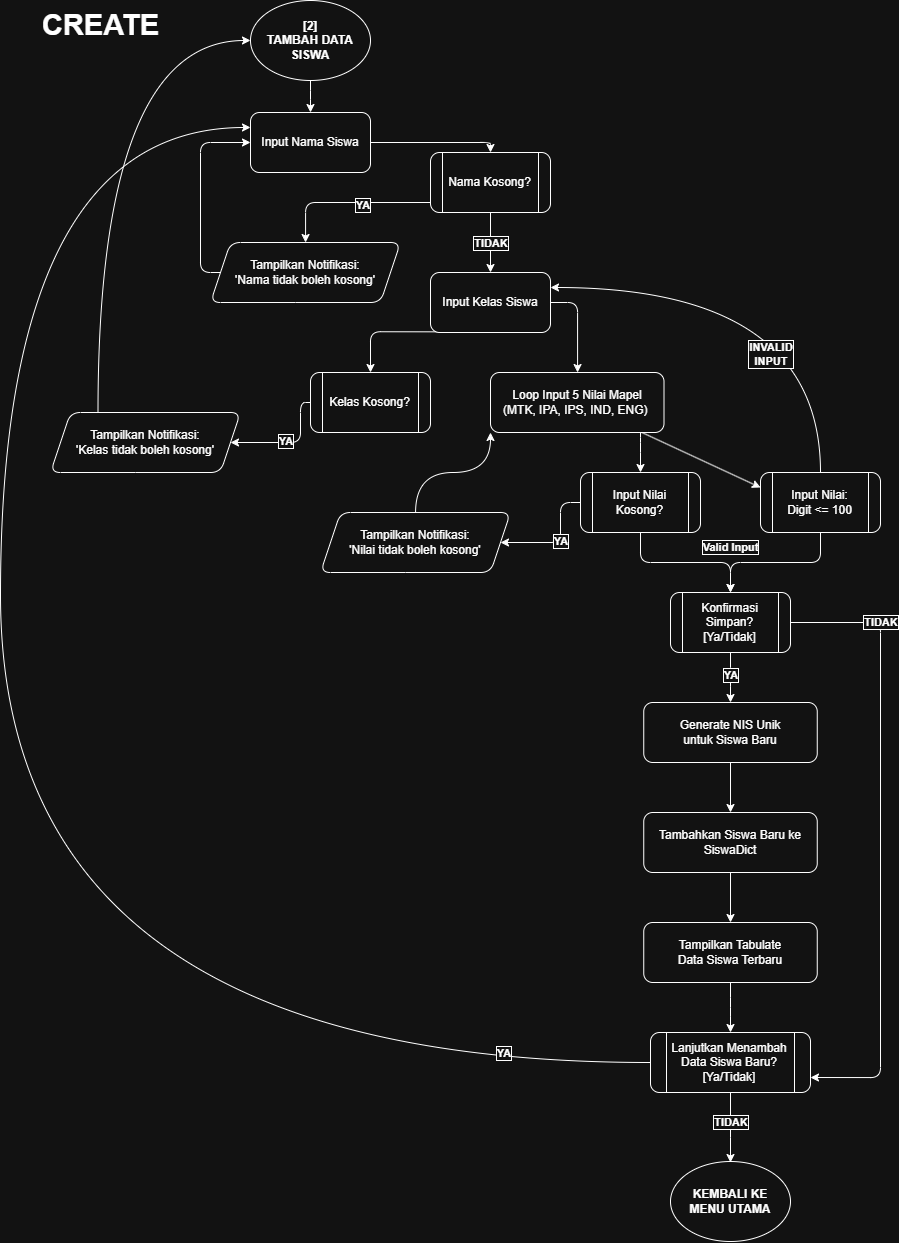
Before: flowcharts/CREATE_flowchart.png, a diagram exported from draw.io (bonifasiusx/capstone-python-crud). Source tidied: cells renumbered, new cells last; positions are measured from the earlier drawing's top-left corner, leaving out a move shared by most shapes.
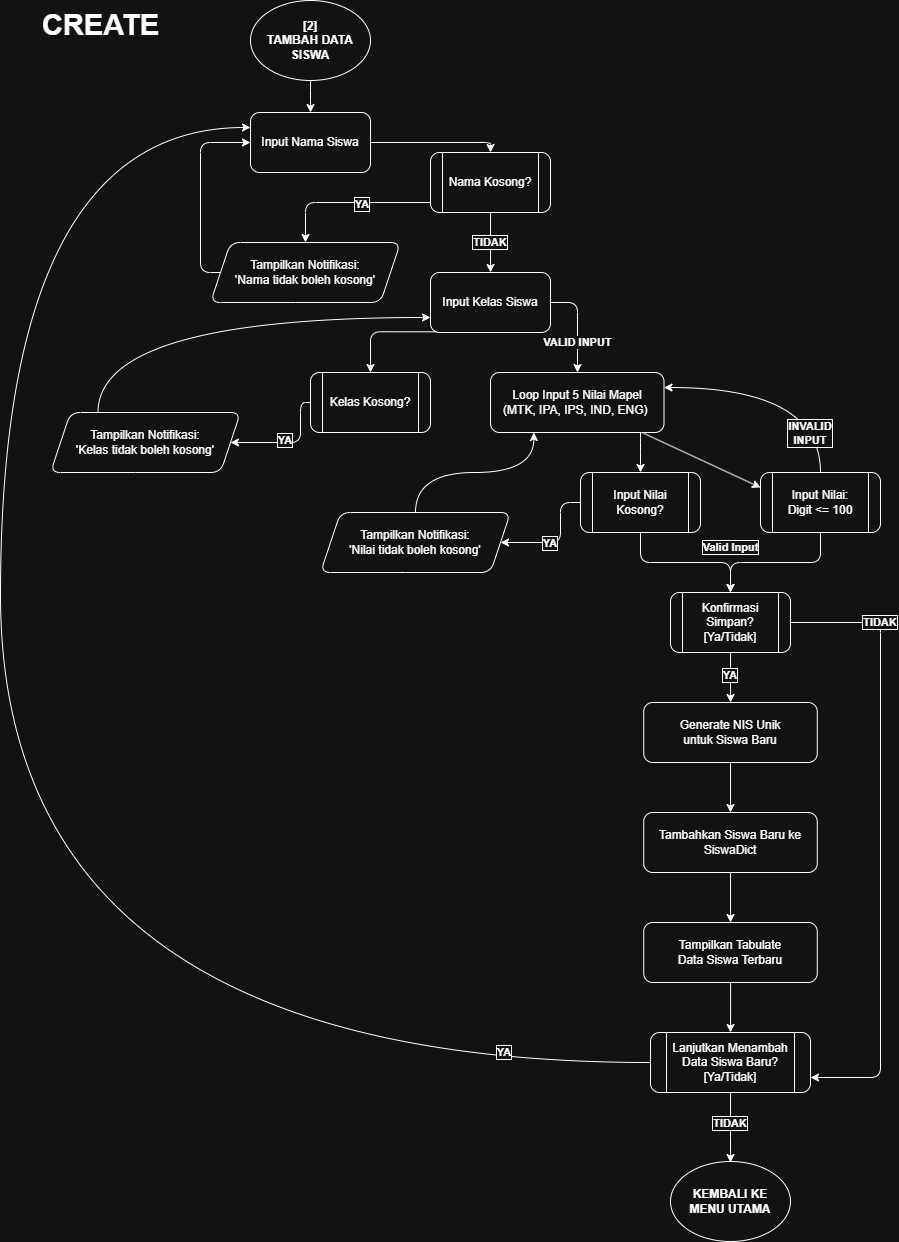
Above is the later version.

The edit, as a diff of the source:
```diff
@@ -67,6 +67,11 @@
         </Array>
       </mxGeometry>
     </mxCell>
+    <mxCell id="53" value="&lt;b&gt;VALID INPUT&lt;/b&gt;" style="edgeLabel;html=1;align=center;verticalAlign=middle;" parent="15" vertex="1">
+      <mxGeometry x="-0.07" y="-1" relative="1" as="geometry">
+        <mxPoint x="1" y="22" as="offset" />
+      </mxGeometry>
+    </mxCell>
     <mxCell id="16" value="Input Kelas Siswa" style="rounded=1;html=1;whiteSpace=wrap;" parent="1" vertex="1">
       <mxGeometry x="430" y="272" width="120" height="60" as="geometry" />
     </mxCell>
@@ -84,7 +89,7 @@
     <mxCell id="19" value="Kelas Kosong?" style="shape=process;html=1;backgroundOutline=1;rounded=1;whiteSpace=wrap;" parent="1" vertex="1">
       <mxGeometry x="310" y="372" width="120" height="60" as="geometry" />
     </mxCell>
-    <mxCell id="20" style="edgeStyle=orthogonalEdgeStyle;rounded=1;jettySize=auto;html=1;fontFamily=Helvetica;fontSize=11;fontColor=default;labelBorderColor=default;labelBackgroundColor=default;entryX=0;entryY=0.5;entryDx=0;entryDy=0;curved=1;exitX=0.25;exitY=0;exitDx=0;exitDy=0;" parent="1" edge="1" source="21" target="3">
+    <mxCell id="20" style="edgeStyle=orthogonalEdgeStyle;rounded=1;jettySize=auto;html=1;fontFamily=Helvetica;fontSize=11;fontColor=default;labelBorderColor=default;labelBackgroundColor=default;entryX=0;entryY=0.75;entryDx=0;entryDy=0;curved=1;exitX=0.25;exitY=0;exitDx=0;exitDy=0;" parent="1" edge="1" source="21" target="16">
       <mxGeometry relative="1" as="geometry" />
     </mxCell>
     <mxCell id="21" value="Tampilkan Notifikasi:&lt;div&gt;'Kelas tidak boleh kosong'&lt;/div&gt;" style="shape=parallelogram;perimeter=parallelogramPerimeter;html=1;fixedSize=1;rounded=1;whiteSpace=wrap;" parent="1" vertex="1">
@@ -113,7 +118,9 @@
       </mxGeometry>
     </mxCell>
     <mxCell id="26" value="&lt;b&gt;YA&lt;/b&gt;" style="edgeLabel;html=1;align=center;verticalAlign=middle;fontFamily=Helvetica;fontSize=11;fontColor=default;labelBorderColor=default;labelBackgroundColor=default;fillColor=none;gradientColor=none;rounded=1;whiteSpace=wrap;" parent="25" vertex="1">
-      <mxGeometry x="-0.02" relative="1" as="geometry" />
+      <mxGeometry x="-0.02" relative="1" as="geometry">
+        <mxPoint x="-10" y="1" as="offset" />
+      </mxGeometry>
     </mxCell>
     <mxCell id="27" style="edgeStyle=orthogonalEdgeStyle;rounded=1;jettySize=auto;html=1;fontFamily=Helvetica;fontSize=11;fontColor=default;labelBorderColor=default;labelBackgroundColor=default;" parent="1" edge="1" source="28" target="40">
       <mxGeometry relative="1" as="geometry" />
@@ -121,12 +128,12 @@
     <mxCell id="28" value="Input Nilai Kosong?" style="shape=process;html=1;backgroundOutline=1;rounded=1;whiteSpace=wrap;" parent="1" vertex="1">
       <mxGeometry x="580" y="472" width="120" height="60" as="geometry" />
     </mxCell>
-    <mxCell id="29" style="edgeStyle=orthogonalEdgeStyle;rounded=1;jettySize=auto;html=1;entryX=1;entryY=0.25;entryDx=0;entryDy=0;curved=1;exitX=0.5;exitY=0;exitDx=0;exitDy=0;" parent="1" edge="1" source="32" target="16">
+    <mxCell id="29" style="rounded=1;jettySize=auto;html=1;entryX=1;entryY=0.25;entryDx=0;entryDy=0;exitX=0.5;exitY=0;exitDx=0;exitDy=0;edgeStyle=orthogonalEdgeStyle;curved=1;" parent="1" edge="1" source="32" target="24">
       <mxGeometry relative="1" as="geometry" />
     </mxCell>
     <mxCell id="30" value="&lt;b&gt;INVALID INPUT&lt;/b&gt;" style="edgeLabel;html=1;align=center;verticalAlign=middle;labelBackgroundColor=default;labelBorderColor=default;textShadow=0;rounded=1;whiteSpace=wrap;" parent="29" vertex="1">
       <mxGeometry x="-0.53" y="-2" relative="1" as="geometry">
-        <mxPoint x="-52" y="-13" as="offset" />
+        <mxPoint x="-12" y="17" as="offset" />
       </mxGeometry>
     </mxCell>
     <mxCell id="31" style="edgeStyle=orthogonalEdgeStyle;rounded=1;jettySize=auto;html=1;fontFamily=Helvetica;fontSize=11;fontColor=default;labelBorderColor=default;labelBackgroundColor=default;" parent="1" edge="1" source="32" target="40">
@@ -135,7 +142,7 @@
     <mxCell id="32" value="Input Nilai:&lt;div&gt;Digit &amp;lt;= 100&lt;/div&gt;" style="shape=process;html=1;backgroundOutline=1;rounded=1;whiteSpace=wrap;" parent="1" vertex="1">
       <mxGeometry x="760" y="472" width="120" height="60" as="geometry" />
     </mxCell>
-    <mxCell id="33" style="rounded=1;jettySize=auto;html=1;fontFamily=Helvetica;fontSize=11;fontColor=default;labelBorderColor=default;labelBackgroundColor=default;entryX=0;entryY=1;entryDx=0;entryDy=0;edgeStyle=orthogonalEdgeStyle;curved=1;" parent="1" edge="1" source="34" target="24">
+    <mxCell id="33" style="rounded=1;jettySize=auto;html=1;fontFamily=Helvetica;fontSize=11;fontColor=default;labelBorderColor=default;labelBackgroundColor=default;entryX=0.25;entryY=1;entryDx=0;entryDy=0;edgeStyle=orthogonalEdgeStyle;curved=1;" parent="1" edge="1" source="34" target="24">
       <mxGeometry relative="1" as="geometry" />
     </mxCell>
     <mxCell id="34" value="Tampilkan Notifikasi:&lt;div&gt;'Nilai tidak boleh kosong'&lt;/div&gt;" style="shape=parallelogram;perimeter=parallelogramPerimeter;html=1;fixedSize=1;rounded=1;whiteSpace=wrap;" parent="1" vertex="1">
```
